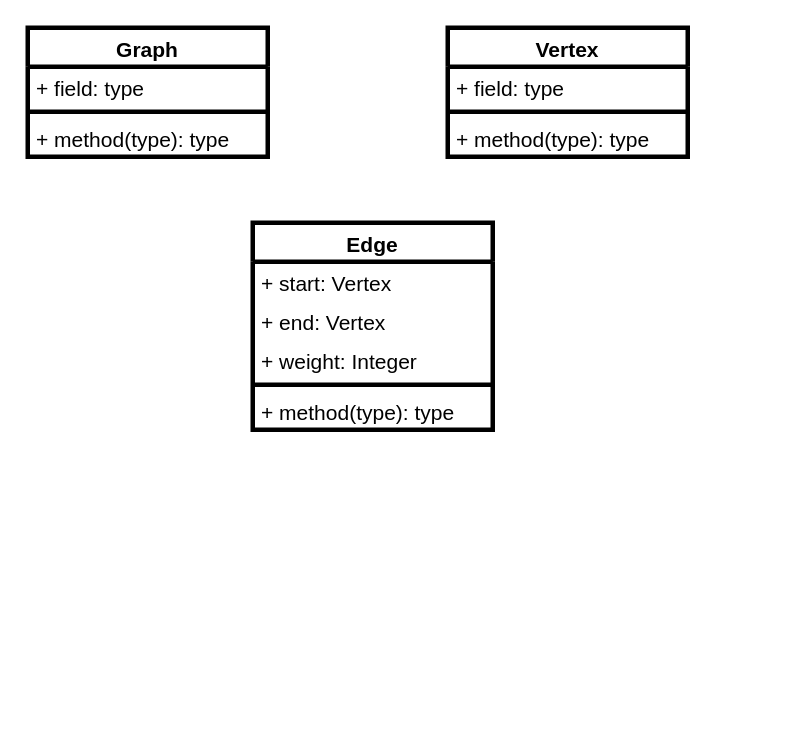
francisco-ricardo/ntm_post keeps this draw.io diagram as ds_graphs/drawio/graphs-class.drawio. Above is the earlier version. Source tidied: cells renumbered, new cells numbered last; positions are measured from the earlier drawing's top-left corner, leaving out a move shared by most shapes. Both pictures are drawn from the tidied source at 150%, with x=0, y=0 at pixel (27, 27).
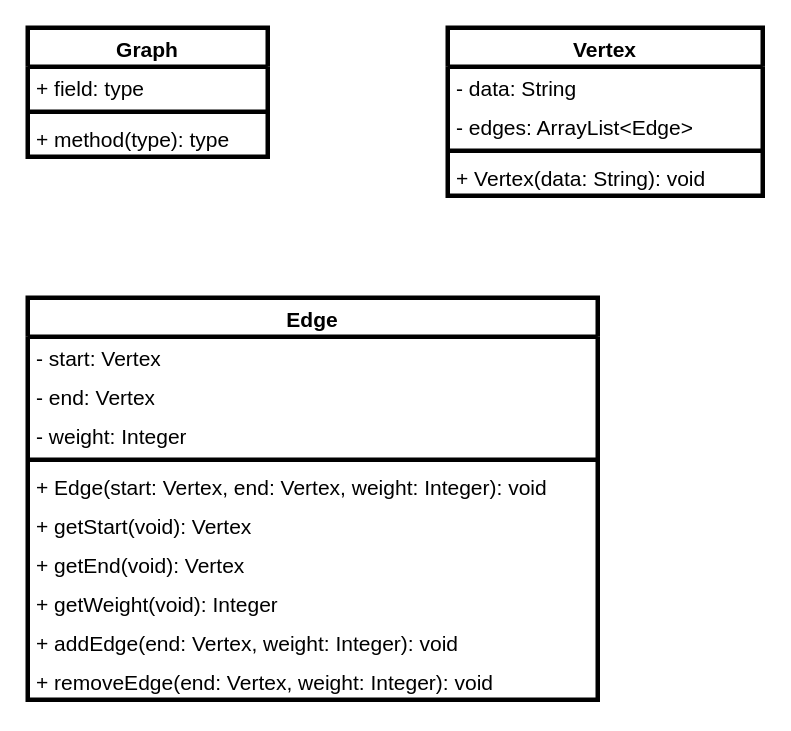
The same page after the edit.

Commit message:
Keep working on graphs

Changes to be committed:
	modified:   ds_graphs/drawio/graphs-class.drawio

Change to the diagram source:
```diff
@@
     <mxCell id="6" value="Vertex&lt;div style=&quot;font-size: 14px;&quot;&gt;&lt;br style=&quot;font-size: 14px;&quot;&gt;&lt;/div&gt;" style="swimlane;fontStyle=1;align=center;verticalAlign=top;horizontal=1;startSize=26;whiteSpace=wrap;html=1;fontSize=14;strokeWidth=3;" parent="1" vertex="1">
-      <mxGeometry x="280" width="160" height="86" as="geometry" />
+      <mxGeometry x="280" width="210" height="112" as="geometry" />
     </mxCell>
-    <mxCell id="7" value="+ field: type" style="text;strokeColor=none;fillColor=none;align=left;verticalAlign=top;spacingLeft=4;spacingRight=4;overflow=hidden;whiteSpace=wrap;html=1;fontSize=14;strokeWidth=3;" parent="6" vertex="1">
-      <mxGeometry y="26" width="160" height="26" as="geometry" />
+    <mxCell id="7" value="- data: String" style="text;strokeColor=none;fillColor=none;align=left;verticalAlign=top;spacingLeft=4;spacingRight=4;overflow=hidden;whiteSpace=wrap;html=1;fontSize=14;strokeWidth=3;" parent="6" vertex="1">
+      <mxGeometry y="26" width="210" height="26" as="geometry" />
     </mxCell>
+    <mxCell id="16" value="- edges: ArrayList&amp;lt;Edge&amp;gt;" style="text;strokeColor=none;fillColor=none;align=left;verticalAlign=top;spacingLeft=4;spacingRight=4;overflow=hidden;whiteSpace=wrap;html=1;fontSize=14;strokeWidth=3;" parent="6" vertex="1">
+      <mxGeometry y="52" width="210" height="26" as="geometry" />
+    </mxCell>
     <mxCell id="8" style="line;strokeWidth=3;fillColor=none;align=left;verticalAlign=middle;spacingTop=-1;spacingLeft=3;spacingRight=3;labelPosition=right;strokeColor=inherit;fontSize=14;" parent="6" vertex="1">
-      <mxGeometry y="52" width="160" height="8" as="geometry" />
+      <mxGeometry y="78" width="210" height="8" as="geometry" />
     </mxCell>
-    <mxCell id="9" value="+ method(type): type" style="text;strokeColor=none;fillColor=none;align=left;verticalAlign=top;spacingLeft=4;spacingRight=4;overflow=hidden;whiteSpace=wrap;html=1;fontSize=14;strokeWidth=3;" parent="6" vertex="1">
-      <mxGeometry y="60" width="160" height="26" as="geometry" />
+    <mxCell id="9" value="+ Vertex(data: String): void" style="text;strokeColor=none;fillColor=none;align=left;verticalAlign=top;spacingLeft=4;spacingRight=4;overflow=hidden;whiteSpace=wrap;html=1;fontSize=14;strokeWidth=3;" parent="6" vertex="1">
+      <mxGeometry y="86" width="210" height="26" as="geometry" />
     </mxCell>
     <mxCell id="10" value="Edge" style="swimlane;fontStyle=1;align=center;verticalAlign=top;horizontal=1;startSize=26;whiteSpace=wrap;html=1;fontSize=14;strokeWidth=3;" parent="1" vertex="1">
-      <mxGeometry x="150" y="130" width="160" height="138" as="geometry" />
+      <mxGeometry y="180" width="380" height="268" as="geometry" />
     </mxCell>
-    <mxCell id="11" value="+ start: Vertex" style="text;strokeColor=none;fillColor=none;align=left;verticalAlign=top;spacingLeft=4;spacingRight=4;overflow=hidden;whiteSpace=wrap;html=1;fontSize=14;strokeWidth=3;" parent="10" vertex="1">
-      <mxGeometry y="26" width="160" height="26" as="geometry" />
+    <mxCell id="11" value="- start: Vertex" style="text;strokeColor=none;fillColor=none;align=left;verticalAlign=top;spacingLeft=4;spacingRight=4;overflow=hidden;whiteSpace=wrap;html=1;fontSize=14;strokeWidth=3;" parent="10" vertex="1">
+      <mxGeometry y="26" width="380" height="26" as="geometry" />
     </mxCell>
-    <mxCell id="12" value="+ end: Vertex" style="text;strokeColor=none;fillColor=none;align=left;verticalAlign=top;spacingLeft=4;spacingRight=4;overflow=hidden;whiteSpace=wrap;html=1;fontSize=14;strokeWidth=3;" parent="10" vertex="1">
-      <mxGeometry y="52" width="160" height="26" as="geometry" />
+    <mxCell id="12" value="- end: Vertex" style="text;strokeColor=none;fillColor=none;align=left;verticalAlign=top;spacingLeft=4;spacingRight=4;overflow=hidden;whiteSpace=wrap;html=1;fontSize=14;strokeWidth=3;" parent="10" vertex="1">
+      <mxGeometry y="52" width="380" height="26" as="geometry" />
     </mxCell>
-    <mxCell id="13" value="+ weight: Integer" style="text;strokeColor=none;fillColor=none;align=left;verticalAlign=top;spacingLeft=4;spacingRight=4;overflow=hidden;whiteSpace=wrap;html=1;fontSize=14;strokeWidth=3;" parent="10" vertex="1">
-      <mxGeometry y="78" width="160" height="26" as="geometry" />
+    <mxCell id="13" value="- weight: Integer" style="text;strokeColor=none;fillColor=none;align=left;verticalAlign=top;spacingLeft=4;spacingRight=4;overflow=hidden;whiteSpace=wrap;html=1;fontSize=14;strokeWidth=3;" parent="10" vertex="1">
+      <mxGeometry y="78" width="380" height="26" as="geometry" />
     </mxCell>
     <mxCell id="14" style="line;strokeWidth=3;fillColor=none;align=left;verticalAlign=middle;spacingTop=-1;spacingLeft=3;spacingRight=3;labelPosition=right;strokeColor=inherit;fontSize=14;" parent="10" vertex="1">
-      <mxGeometry y="104" width="160" height="8" as="geometry" />
+      <mxGeometry y="104" width="380" height="8" as="geometry" />
     </mxCell>
-    <mxCell id="15" value="+ method(type): type" style="text;strokeColor=none;fillColor=none;align=left;verticalAlign=top;spacingLeft=4;spacingRight=4;overflow=hidden;whiteSpace=wrap;html=1;fontSize=14;strokeWidth=3;" parent="10" vertex="1">
-      <mxGeometry y="112" width="160" height="26" as="geometry" />
+    <mxCell id="15" value="+ Edge(start: Vertex, end: Vertex, weight: Integer): void" style="text;strokeColor=none;fillColor=none;align=left;verticalAlign=top;spacingLeft=4;spacingRight=4;overflow=hidden;whiteSpace=wrap;html=1;fontSize=14;strokeWidth=3;" parent="10" vertex="1">
+      <mxGeometry y="112" width="380" height="26" as="geometry" />
     </mxCell>
+    <mxCell id="17" value="+ getStart(void): Vertex" style="text;strokeColor=none;fillColor=none;align=left;verticalAlign=top;spacingLeft=4;spacingRight=4;overflow=hidden;whiteSpace=wrap;html=1;fontSize=14;strokeWidth=3;" parent="10" vertex="1">
+      <mxGeometry y="138" width="380" height="26" as="geometry" />
+    </mxCell>
+    <mxCell id="18" value="+ getEnd(void): Vertex" style="text;strokeColor=none;fillColor=none;align=left;verticalAlign=top;spacingLeft=4;spacingRight=4;overflow=hidden;whiteSpace=wrap;html=1;fontSize=14;strokeWidth=3;" parent="10" vertex="1">
+      <mxGeometry y="164" width="380" height="26" as="geometry" />
+    </mxCell>
+    <mxCell id="19" value="+ getWeight(void): Integer" style="text;strokeColor=none;fillColor=none;align=left;verticalAlign=top;spacingLeft=4;spacingRight=4;overflow=hidden;whiteSpace=wrap;html=1;fontSize=14;strokeWidth=3;" parent="10" vertex="1">
+      <mxGeometry y="190" width="380" height="26" as="geometry" />
+    </mxCell>
+    <mxCell id="20" value="+ addEdge(end: Vertex, weight: Integer): void" style="text;strokeColor=none;fillColor=none;align=left;verticalAlign=top;spacingLeft=4;spacingRight=4;overflow=hidden;whiteSpace=wrap;html=1;fontSize=14;strokeWidth=3;" parent="10" vertex="1">
+      <mxGeometry y="216" width="380" height="26" as="geometry" />
+    </mxCell>
+    <mxCell id="21" value="+ removeEdge(end: Vertex, weight: Integer): void" style="text;strokeColor=none;fillColor=none;align=left;verticalAlign=top;spacingLeft=4;spacingRight=4;overflow=hidden;whiteSpace=wrap;html=1;fontSize=14;strokeWidth=3;" parent="10" vertex="1">
+      <mxGeometry y="242" width="380" height="26" as="geometry" />
+    </mxCell>
```
